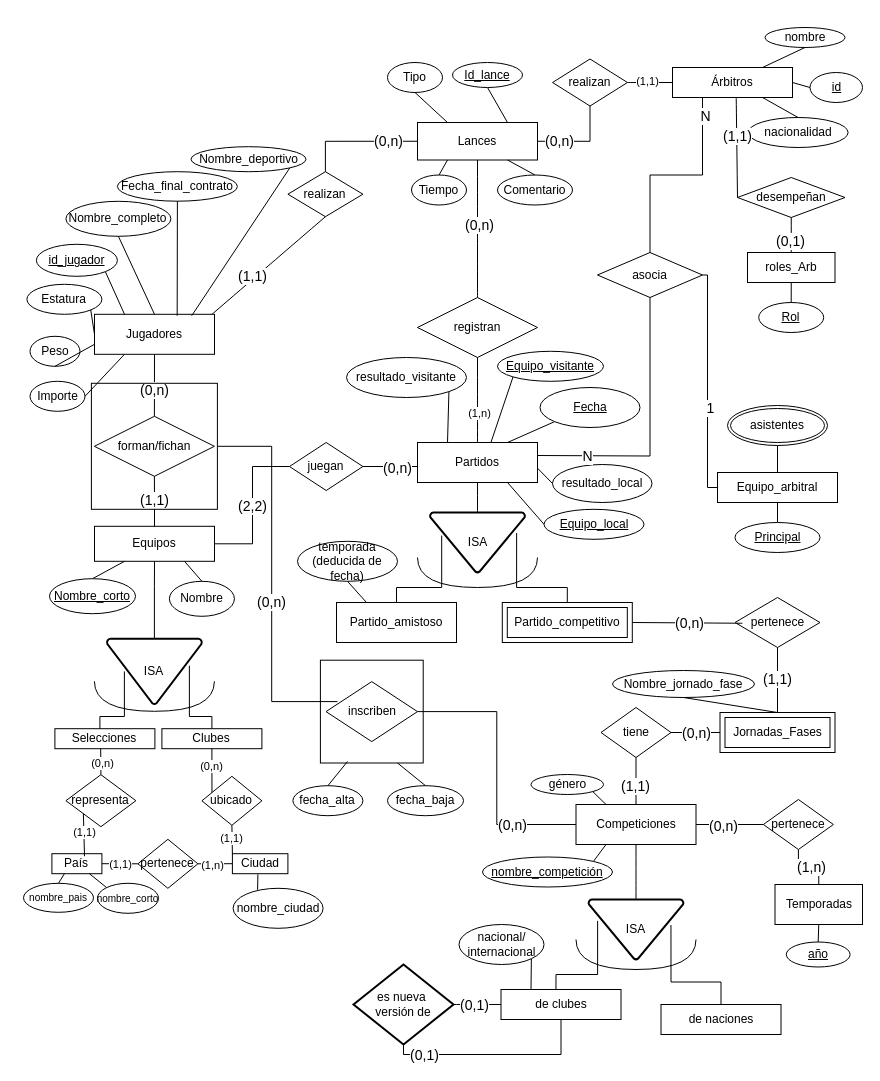
The draw.io diagram page "Page-1" (1 of 2) of BBDD/Diagrama E-R.drawio in aloantony/TrabajosEnGrupoGII-DalilaTony, before the edit. Source tidied: cells renumbered, new cells numbered last; positions are measured from the earlier drawing's top-left corner, leaving out a move shared by most shapes. Both pictures are drawn from the tidied source at 100%, with x=0, y=0 at pixel (23, 27).
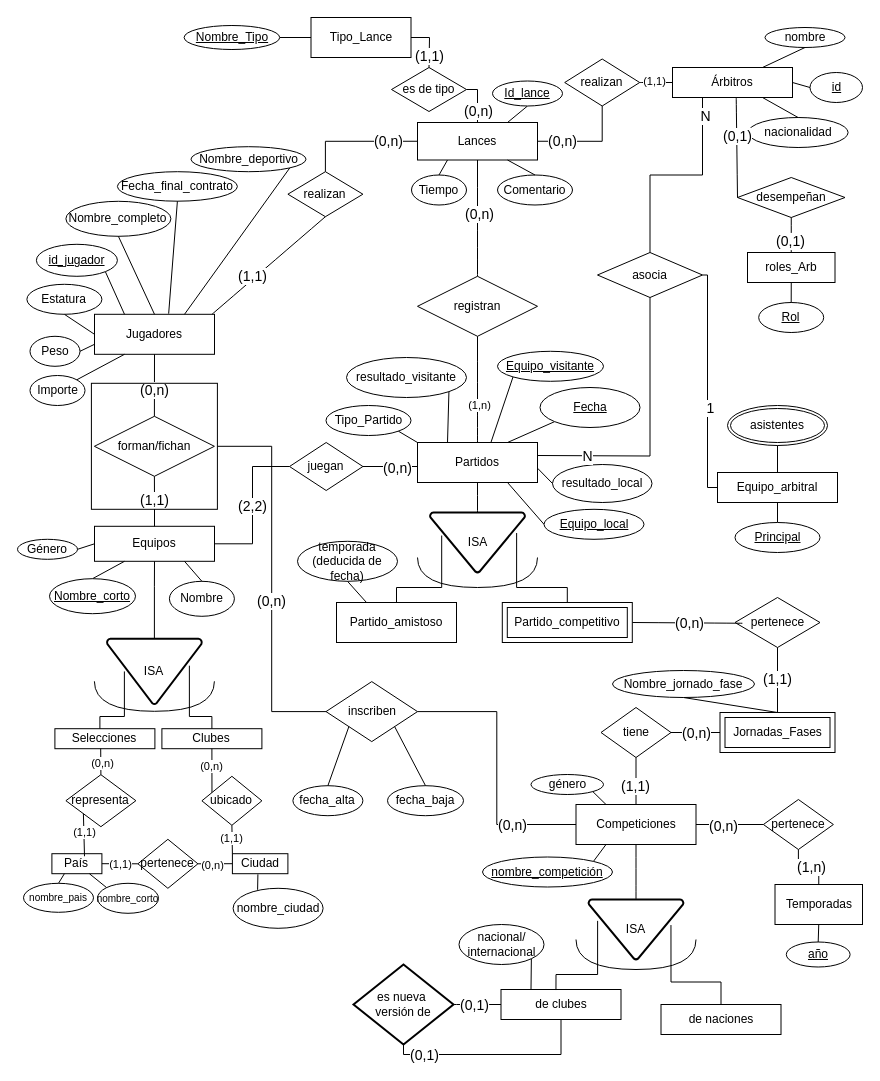
The same page after the edit.

Unchanged cells that the change refers to:
```xml
<mxCell id="2" value="Partidos" style="rounded=0;whiteSpace=wrap;html=1;" parent="1" vertex="1">
  <mxGeometry x="394" y="415" width="120" height="40" as="geometry" />
</mxCell>
<mxCell id="3" value="Equipos" style="rounded=0;whiteSpace=wrap;html=1;" parent="1" vertex="1">
  <mxGeometry x="71" y="498.8" width="120" height="35" as="geometry" />
</mxCell>
<mxCell id="5" value="Competiciones" style="rounded=0;whiteSpace=wrap;html=1;" parent="1" vertex="1">
  <mxGeometry x="552.5" y="777" width="120" height="40" as="geometry" />
</mxCell>
<mxCell id="9" value="Jugadores" style="rounded=0;whiteSpace=wrap;html=1;" parent="1" vertex="1">
  <mxGeometry x="71" y="286.8" width="120" height="40" as="geometry" />
</mxCell>
<mxCell id="11" value="Nombre_deportivo" style="ellipse;whiteSpace=wrap;html=1;" parent="1" vertex="1">
  <mxGeometry x="167.5" y="119.2" width="115" height="25" as="geometry" />
</mxCell>
<mxCell id="12" value="Peso" style="ellipse;whiteSpace=wrap;html=1;" parent="1" vertex="1">
  <mxGeometry x="6.5" y="308.8" width="50" height="30" as="geometry" />
</mxCell>
<mxCell id="13" value="Estatura" style="ellipse;whiteSpace=wrap;html=1;" parent="1" vertex="1">
  <mxGeometry x="3.4" y="256.8" width="75" height="30" as="geometry" />
</mxCell>
<mxCell id="14" value="Fecha_final_contrato" style="ellipse;whiteSpace=wrap;html=1;" parent="1" vertex="1">
  <mxGeometry x="93.9" y="144.2" width="120" height="29.5" as="geometry" />
</mxCell>
<mxCell id="16" value="Lances" style="rounded=0;whiteSpace=wrap;html=1;" parent="1" vertex="1">
  <mxGeometry x="394" y="95" width="120" height="37.5" as="geometry" />
</mxCell>
<mxCell id="36" value="inscriben" style="shape=rhombus;perimeter=rhombusPerimeter;whiteSpace=wrap;html=1;align=center;" parent="1" vertex="1">
  <mxGeometry x="302.5" y="654.1" width="91.5" height="60" as="geometry" />
</mxCell>
<mxCell id="44" value="fecha_alta" style="ellipse;whiteSpace=wrap;html=1;align=center;" parent="1" vertex="1">
  <mxGeometry x="269.4" y="758.2" width="70" height="30" as="geometry" />
</mxCell>
<mxCell id="45" value="fecha_baja" style="ellipse;whiteSpace=wrap;html=1;align=center;" parent="1" vertex="1">
  <mxGeometry x="364" y="758.2" width="76" height="30" as="geometry" />
</mxCell>
<mxCell id="57" style="endArrow=none;html=1;rounded=0;fontSize=12;startSize=8;endSize=8;curved=1;entryX=0;entryY=0.5;entryDx=0;entryDy=0;exitX=0.531;exitY=1.022;exitDx=0;exitDy=0;exitPerimeter=0;" parent="1" edge="1" source="7" target="37">
  <mxGeometry relative="1" as="geometry" />
</mxCell>
<mxCell id="164" style="endArrow=none;html=1;rounded=0;entryX=1;entryY=0.5;entryDx=0;entryDy=0;exitX=0;exitY=0.5;exitDx=0;exitDy=0;" parent="1" edge="1" source="157" target="161">
  <mxGeometry relative="1" as="geometry" />
</mxCell>
<mxCell id="180" style="whiteSpace=wrap;html=1;fillColor=none;" parent="1" vertex="1">
  <mxGeometry x="67.9" y="355.8" width="126" height="126" as="geometry" />
</mxCell>
```

What changed in the source:
```diff
@@
     <mxCell id="15" value="Importe" style="ellipse;whiteSpace=wrap;html=1;" parent="1" vertex="1">
-      <mxGeometry x="6.5" y="353.8" width="55" height="30" as="geometry" />
+      <mxGeometry x="6.5" y="348" width="55" height="30" as="geometry" />
     </mxCell>
@@
-    <mxCell id="17" value="Tipo" style="ellipse;whiteSpace=wrap;html=1;" parent="1" vertex="1">
-      <mxGeometry x="364" y="35" width="55" height="30" as="geometry" />
-    </mxCell>
@@
     <mxCell id="46" value="registran" style="shape=rhombus;perimeter=rhombusPerimeter;whiteSpace=wrap;html=1;align=center;" parent="1" vertex="1">
-      <mxGeometry x="394" y="270" width="120" height="60" as="geometry" />
+      <mxGeometry x="394" y="248.8" width="120" height="60" as="geometry" />
     </mxCell>
     <mxCell id="47" value="realizan" style="shape=rhombus;perimeter=rhombusPerimeter;whiteSpace=wrap;html=1;align=center;" parent="1" vertex="1">
-      <mxGeometry x="529" y="31.5" width="75" height="47" as="geometry" />
+      <mxGeometry x="541.2" y="31.5" width="75" height="47" as="geometry" />
     </mxCell>
@@
-    <mxCell id="58" value="&lt;font style=&quot;font-size: 14px;&quot;&gt;(1,1)&lt;/font&gt;" style="edgeLabel;html=1;align=center;verticalAlign=middle;" parent="57" vertex="1">
+    <mxCell id="58" value="&lt;font style=&quot;font-size: 14px;&quot;&gt;(0,1)&lt;/font&gt;" style="edgeLabel;html=1;align=center;verticalAlign=middle;" parent="57" vertex="1">
       <mxGeometry x="-0.23" relative="1" as="geometry" />
     </mxCell>
@@
-    <mxCell id="76" style="endArrow=none;html=1;rounded=0;fontSize=12;startSize=8;endSize=8;entryX=1;entryY=0.5;entryDx=0;entryDy=0;exitX=0.125;exitY=0.333;exitDx=0;exitDy=0;exitPerimeter=0;edgeStyle=orthogonalEdgeStyle;" parent="1" edge="1" source="36" target="180">
+    <mxCell id="76" style="endArrow=none;html=1;rounded=0;fontSize=12;startSize=8;endSize=8;entryX=1;entryY=0.5;entryDx=0;entryDy=0;edgeStyle=orthogonalEdgeStyle;exitX=0;exitY=0.5;exitDx=0;exitDy=0;" parent="1" edge="1" source="36" target="180">
       <mxGeometry relative="1" as="geometry" />
     </mxCell>
@@
-    <mxCell id="80" style="endArrow=none;html=1;rounded=0;fontSize=12;startSize=8;endSize=8;entryX=1;entryY=0.5;entryDx=0;entryDy=0;exitX=0;exitY=0.5;exitDx=0;exitDy=0;edgeStyle=orthogonalEdgeStyle;" parent="1" edge="1" source="5" target="36">
-      <mxGeometry relative="1" as="geometry" />
-    </mxCell>
-    <mxCell id="81" value="&lt;font style=&quot;font-size: 14px;&quot;&gt;(0,n)&lt;/font&gt;" style="edgeLabel;html=1;align=center;verticalAlign=middle;" parent="80" vertex="1">
-      <mxGeometry x="-0.53" y="2" relative="1" as="geometry">
-        <mxPoint y="-2" as="offset" />
-      </mxGeometry>
-    </mxCell>
@@
-    <mxCell id="109" style="endArrow=none;html=1;rounded=0;entryX=0.5;entryY=1;entryDx=0;entryDy=0;exitX=0.25;exitY=0;exitDx=0;exitDy=0;" parent="1" edge="1" source="16" target="17">
+    <mxCell id="109" style="endArrow=none;html=1;rounded=0;entryX=1;entryY=0.5;entryDx=0;entryDy=0;exitX=0;exitY=0.5;exitDx=0;exitDy=0;" parent="1" edge="1" source="187" target="193">
       <mxGeometry relative="1" as="geometry" />
     </mxCell>
@@
-    <mxCell id="119" style="endArrow=none;html=1;rounded=0;entryX=0.5;entryY=1;entryDx=0;entryDy=0;exitX=0;exitY=0.75;exitDx=0;exitDy=0;" parent="1" edge="1" source="9" target="12">
+    <mxCell id="119" style="endArrow=none;html=1;rounded=0;entryX=1;entryY=0.5;entryDx=0;entryDy=0;exitX=0;exitY=0.75;exitDx=0;exitDy=0;" parent="1" edge="1" source="9" target="12">
       <mxGeometry relative="1" as="geometry" />
     </mxCell>
-    <mxCell id="120" style="endArrow=none;html=1;rounded=0;entryX=1;entryY=1;entryDx=0;entryDy=0;exitX=0;exitY=0.5;exitDx=0;exitDy=0;" parent="1" edge="1" source="9" target="13">
+    <mxCell id="120" style="endArrow=none;html=1;rounded=0;entryX=0.5;entryY=1;entryDx=0;entryDy=0;exitX=0;exitY=0.5;exitDx=0;exitDy=0;" parent="1" edge="1" source="9" target="13">
       <mxGeometry relative="1" as="geometry" />
     </mxCell>
-    <mxCell id="121" style="endArrow=none;html=1;rounded=0;entryX=1;entryY=1;entryDx=0;entryDy=0;exitX=0.81;exitY=0.036;exitDx=0;exitDy=0;exitPerimeter=0;" parent="1" edge="1" source="9" target="11">
+    <mxCell id="121" style="endArrow=none;html=1;rounded=0;entryX=1;entryY=1;entryDx=0;entryDy=0;exitX=0.75;exitY=0;exitDx=0;exitDy=0;" parent="1" edge="1" source="9" target="11">
       <mxGeometry relative="1" as="geometry" />
     </mxCell>
-    <mxCell id="122" style="endArrow=none;html=1;rounded=0;entryX=0.5;entryY=1;entryDx=0;entryDy=0;exitX=0.689;exitY=0.036;exitDx=0;exitDy=0;exitPerimeter=0;" parent="1" edge="1" source="9" target="14">
+    <mxCell id="122" style="endArrow=none;html=1;rounded=0;entryX=0.5;entryY=1;entryDx=0;entryDy=0;exitX=0.618;exitY=-0.016;exitDx=0;exitDy=0;exitPerimeter=0;" parent="1" edge="1" source="9" target="14">
       <mxGeometry relative="1" as="geometry" />
     </mxCell>
-    <mxCell id="123" style="endArrow=none;html=1;rounded=0;entryX=1;entryY=0.5;entryDx=0;entryDy=0;exitX=0.25;exitY=1;exitDx=0;exitDy=0;" parent="1" edge="1" source="9" target="15">
+    <mxCell id="123" style="endArrow=none;html=1;rounded=0;entryX=1;entryY=0;entryDx=0;entryDy=0;exitX=0.25;exitY=1;exitDx=0;exitDy=0;" parent="1" edge="1" source="9" target="15">
       <mxGeometry relative="1" as="geometry" />
     </mxCell>
@@
-    <mxCell id="131" style="endArrow=none;html=1;rounded=0;exitX=0.5;exitY=0;exitDx=0;exitDy=0;" parent="1" edge="1" source="44">
-      <mxGeometry relative="1" as="geometry">
-        <mxPoint x="324" y="734" as="targetPoint" />
-      </mxGeometry>
+    <mxCell id="131" style="endArrow=none;html=1;rounded=0;exitX=0.5;exitY=0;exitDx=0;exitDy=0;entryX=0;entryY=1;entryDx=0;entryDy=0;" parent="1" edge="1" source="44" target="36">
+      <mxGeometry relative="1" as="geometry" />
     </mxCell>
-    <mxCell id="132" style="endArrow=none;html=1;rounded=0;entryX=0.75;entryY=1;entryDx=0;entryDy=0;exitX=0.5;exitY=0;exitDx=0;exitDy=0;" parent="1" edge="1" source="45" target="182">
+    <mxCell id="132" style="endArrow=none;html=1;rounded=0;entryX=0.5;entryY=0;entryDx=0;entryDy=0;exitX=1;exitY=1;exitDx=0;exitDy=0;" parent="1" edge="1" source="36" target="45">
       <mxGeometry relative="1" as="geometry" />
     </mxCell>
@@
     <mxCell id="152" value="Id_lance" style="ellipse;whiteSpace=wrap;html=1;align=center;fontStyle=4;" parent="1" vertex="1">
-      <mxGeometry x="429" y="35" width="70" height="25" as="geometry" />
+      <mxGeometry x="469" y="53.5" width="70" height="25" as="geometry" />
     </mxCell>
@@
-    <mxCell id="165" value="(1,n)" style="edgeLabel;html=1;align=center;verticalAlign=middle;" parent="164" vertex="1">
+    <mxCell id="165" value="(0,n)" style="edgeLabel;html=1;align=center;verticalAlign=middle;" parent="164" vertex="1">
       <mxGeometry x="0.17" y="1" relative="1" as="geometry" />
     </mxCell>
@@
-    <mxCell id="182" style="whiteSpace=wrap;html=1;fillColor=none;" parent="1" vertex="1">
-      <mxGeometry x="296.9" y="632.7" width="102.8" height="102.8" as="geometry" />
-    </mxCell>
@@
+    <mxCell id="80" style="endArrow=none;html=1;rounded=0;fontSize=12;startSize=8;endSize=8;entryX=1;entryY=0.5;entryDx=0;entryDy=0;exitX=0;exitY=0.5;exitDx=0;exitDy=0;edgeStyle=orthogonalEdgeStyle;" parent="1" edge="1" source="5" target="36">
+      <mxGeometry relative="1" as="geometry" />
+    </mxCell>
+    <mxCell id="184" value="&lt;font style=&quot;font-size: 14px;&quot;&gt;(0,n)&lt;/font&gt;" style="edgeLabel;html=1;align=center;verticalAlign=middle;" parent="80" vertex="1">
+      <mxGeometry x="-0.53" y="2" relative="1" as="geometry">
+        <mxPoint y="-2" as="offset" />
+      </mxGeometry>
+    </mxCell>
+    <mxCell id="185" value="Tipo_Partido" style="ellipse;whiteSpace=wrap;html=1;" parent="1" vertex="1">
+      <mxGeometry x="302.5" y="378" width="85" height="30" as="geometry" />
+    </mxCell>
+    <mxCell id="186" style="endArrow=none;html=1;rounded=0;entryX=1;entryY=1;entryDx=0;entryDy=0;exitX=0;exitY=0;exitDx=0;exitDy=0;" parent="1" edge="1" source="2" target="185">
+      <mxGeometry relative="1" as="geometry" />
+    </mxCell>
+    <mxCell id="187" value="Tipo_Lance" style="whiteSpace=wrap;html=1;align=center;" parent="1" vertex="1">
+      <mxGeometry x="287.5" y="-10" width="100" height="40" as="geometry" />
+    </mxCell>
+    <mxCell id="188" value="es de tipo" style="shape=rhombus;perimeter=rhombusPerimeter;whiteSpace=wrap;html=1;align=center;" parent="1" vertex="1">
+      <mxGeometry x="368" y="40" width="75" height="44" as="geometry" />
+    </mxCell>
+    <mxCell id="189" style="endArrow=none;html=1;rounded=0;entryX=1;entryY=0.5;entryDx=0;entryDy=0;exitX=0.5;exitY=0;exitDx=0;exitDy=0;edgeStyle=elbowEdgeStyle;" parent="1" edge="1" source="188" target="187">
+      <mxGeometry relative="1" as="geometry">
+        <Array as="points">
+          <mxPoint x="406" y="24" />
+        </Array>
+      </mxGeometry>
+    </mxCell>
+    <mxCell id="190" value="&lt;font style=&quot;font-size: 14px;&quot;&gt;(1,1)&lt;/font&gt;" style="edgeLabel;html=1;align=center;verticalAlign=middle;" parent="189" vertex="1">
+      <mxGeometry x="0.49" y="1" relative="1" as="geometry">
+        <mxPoint x="6" y="17" as="offset" />
+      </mxGeometry>
+    </mxCell>
+    <mxCell id="191" style="endArrow=none;html=1;rounded=0;entryX=1;entryY=0.5;entryDx=0;entryDy=0;exitX=0.5;exitY=0;exitDx=0;exitDy=0;edgeStyle=elbowEdgeStyle;" parent="1" edge="1" source="16" target="188">
+      <mxGeometry relative="1" as="geometry">
+        <Array as="points">
+          <mxPoint x="454" y="84" />
+        </Array>
+      </mxGeometry>
+    </mxCell>
+    <mxCell id="192" value="&lt;font style=&quot;font-size: 14px;&quot;&gt;(0,n)&lt;/font&gt;" style="edgeLabel;html=1;align=center;verticalAlign=middle;" parent="191" vertex="1">
+      <mxGeometry x="-0.45" relative="1" as="geometry" />
+    </mxCell>
+    <mxCell id="193" value="Nombre_Tipo" style="ellipse;whiteSpace=wrap;html=1;align=center;fontStyle=4;" parent="1" vertex="1">
+      <mxGeometry x="160.6" y="-2" width="95.6" height="24" as="geometry" />
+    </mxCell>
+    <mxCell id="194" value="Género" style="ellipse;whiteSpace=wrap;html=1;align=center;" parent="1" vertex="1">
+      <mxGeometry x="-6" y="511.8" width="60" height="20" as="geometry" />
+    </mxCell>
+    <mxCell id="195" style="endArrow=none;html=1;rounded=0;exitX=1;exitY=0.5;exitDx=0;exitDy=0;entryX=0;entryY=0.5;entryDx=0;entryDy=0;" parent="1" edge="1" source="194" target="3">
+      <mxGeometry relative="1" as="geometry" />
+    </mxCell>
```
